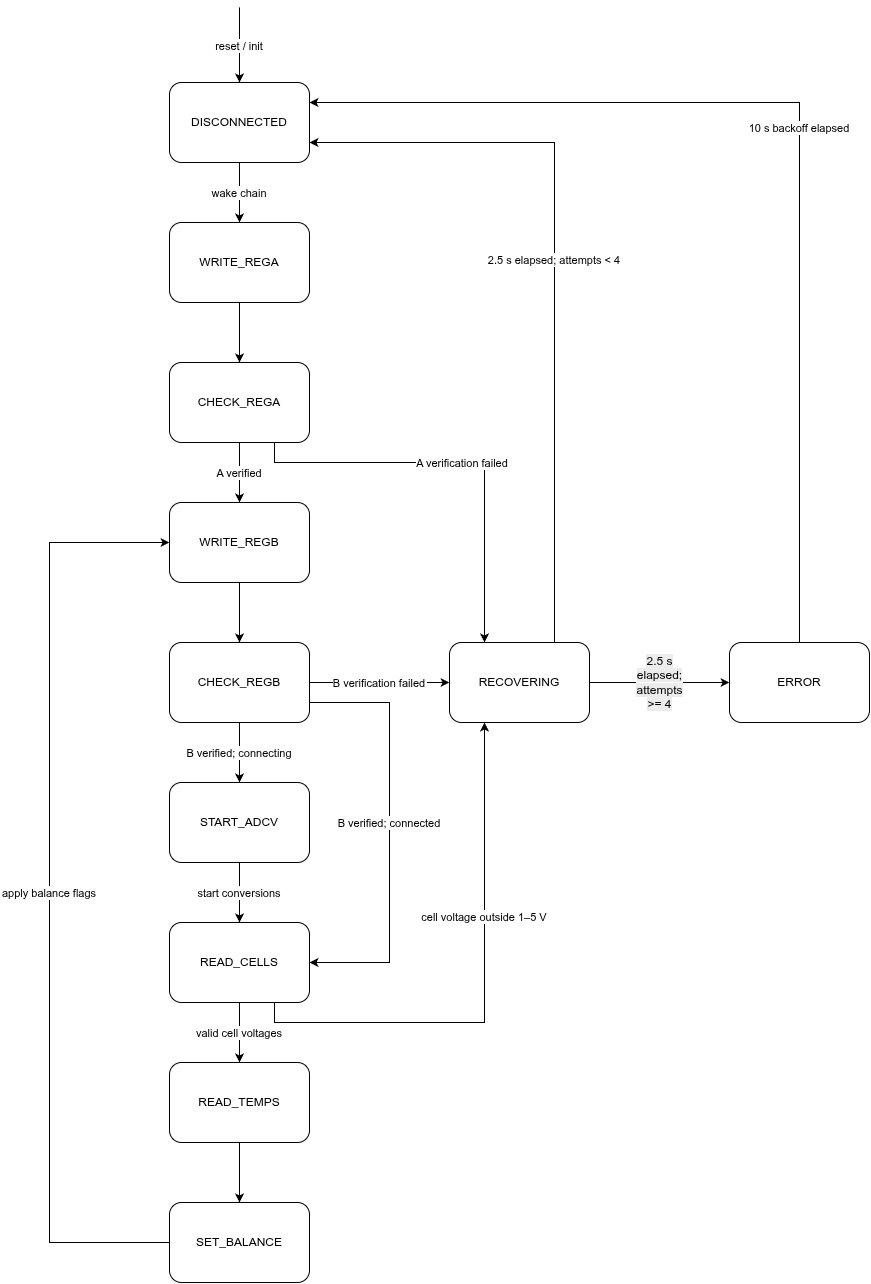
Above: firmware/source/a_box/adbms/ADBMS_FSM.drawio.png in PurdueElectricRacing/firmware (draw.io), before the change. Source tidied: cells renumbered, new cells last; positions are measured from the earlier drawing's top-left corner, leaving out a move shared by most shapes. Its diagram source:
```xml
<mxGraphModel background="#FFFFFF">
  <root>
    <mxCell id="0" />
    <mxCell id="1" parent="0" />
    <mxCell id="2" value="DISCONNECTED" style="rounded=1;whiteSpace=wrap;html=0;fillColor=#FFFFFF;strokeColor=#000000;fontFamily=Helvetica;fontSize=12;" parent="1" vertex="1">
      <mxGeometry x="120" y="75" width="140" height="80" as="geometry" />
    </mxCell>
    <mxCell id="3" value="WRITE_REGA" style="rounded=1;whiteSpace=wrap;html=0;fillColor=#FFFFFF;strokeColor=#000000;fontFamily=Helvetica;fontSize=12;" parent="1" vertex="1">
      <mxGeometry x="120" y="215" width="140" height="80" as="geometry" />
    </mxCell>
    <mxCell id="4" value="CHECK_REGA" style="rounded=1;whiteSpace=wrap;html=0;fillColor=#FFFFFF;strokeColor=#000000;fontFamily=Helvetica;fontSize=12;" parent="1" vertex="1">
      <mxGeometry x="120" y="355" width="140" height="80" as="geometry" />
    </mxCell>
    <mxCell id="5" value="WRITE_REGB" style="rounded=1;whiteSpace=wrap;html=0;fillColor=#FFFFFF;strokeColor=#000000;fontFamily=Helvetica;fontSize=12;" parent="1" vertex="1">
      <mxGeometry x="120" y="495" width="140" height="80" as="geometry" />
    </mxCell>
    <mxCell id="6" value="CHECK_REGB" style="rounded=1;whiteSpace=wrap;html=0;fillColor=#FFFFFF;strokeColor=#000000;fontFamily=Helvetica;fontSize=12;" parent="1" vertex="1">
      <mxGeometry x="120" y="635" width="140" height="80" as="geometry" />
    </mxCell>
    <mxCell id="7" value="START_ADCV" style="rounded=1;whiteSpace=wrap;html=0;fillColor=#FFFFFF;strokeColor=#000000;fontFamily=Helvetica;fontSize=12;" parent="1" vertex="1">
      <mxGeometry x="120" y="775" width="140" height="80" as="geometry" />
    </mxCell>
    <mxCell id="8" value="READ_CELLS" style="rounded=1;whiteSpace=wrap;html=0;fillColor=#FFFFFF;strokeColor=#000000;fontFamily=Helvetica;fontSize=12;" parent="1" vertex="1">
      <mxGeometry x="120" y="915" width="140" height="80" as="geometry" />
    </mxCell>
    <mxCell id="9" value="READ_TEMPS" style="rounded=1;whiteSpace=wrap;html=0;fillColor=#FFFFFF;strokeColor=#000000;fontFamily=Helvetica;fontSize=12;" parent="1" vertex="1">
      <mxGeometry x="120" y="1055" width="140" height="80" as="geometry" />
    </mxCell>
    <mxCell id="10" value="SET_BALANCE" style="rounded=1;whiteSpace=wrap;html=0;fillColor=#FFFFFF;strokeColor=#000000;fontFamily=Helvetica;fontSize=12;" parent="1" vertex="1">
      <mxGeometry x="120" y="1195" width="140" height="80" as="geometry" />
    </mxCell>
    <mxCell id="11" value="&lt;span style=&quot;color: rgb(0, 0, 0); font-size: 12px; text-wrap-mode: wrap; background-color: rgb(236, 236, 236);&quot;&gt;2.5 s elapsed;&lt;/span&gt;&lt;br style=&quot;color: rgb(63, 63, 63); scrollbar-color: rgba(124, 111, 100, 0.5) rgb(41, 40, 40); padding: 0px; margin: 0px; font-size: 12px; text-wrap-mode: wrap; background-color: rgb(236, 236, 236);&quot;&gt;&lt;span style=&quot;color: rgb(0, 0, 0); font-size: 12px; text-wrap-mode: wrap; background-color: rgb(236, 236, 236);&quot;&gt;attempts &amp;gt;= 4&lt;/span&gt;" style="edgeStyle=none;html=1;" parent="1" edge="1" source="12" target="13">
      <mxGeometry relative="1" as="geometry" />
    </mxCell>
    <mxCell id="12" value="RECOVERING" style="rounded=1;whiteSpace=wrap;html=0;fillColor=#FFFFFF;strokeColor=#000000;fontFamily=Helvetica;fontSize=12;" parent="1" vertex="1">
      <mxGeometry x="400" y="635" width="140" height="80" as="geometry" />
    </mxCell>
    <mxCell id="13" value="ERROR" style="rounded=1;whiteSpace=wrap;html=0;fillColor=#FFFFFF;strokeColor=#000000;fontFamily=Helvetica;fontSize=12;" parent="1" vertex="1">
      <mxGeometry x="680" y="635" width="140" height="80" as="geometry" />
    </mxCell>
    <mxCell id="14" value="reset / init" style="endArrow=classic;html=0;rounded=0;curved=0;strokeColor=#000000;" parent="1" edge="1" target="2">
      <mxGeometry relative="1" as="geometry">
        <mxPoint x="190" as="sourcePoint" />
      </mxGeometry>
    </mxCell>
    <mxCell id="15" value="wake chain" style="endArrow=classic;html=0;rounded=0;curved=0;strokeColor=#000000;" parent="1" edge="1" source="2" target="3">
      <mxGeometry relative="1" as="geometry" />
    </mxCell>
    <mxCell id="16" style="endArrow=classic;html=0;rounded=0;curved=0;strokeColor=#000000;" parent="1" edge="1" source="3" target="4">
      <mxGeometry relative="1" as="geometry" />
    </mxCell>
    <mxCell id="17" value="A verified" style="endArrow=classic;html=0;rounded=0;curved=0;strokeColor=#000000;" parent="1" edge="1" source="4" target="5">
      <mxGeometry relative="1" as="geometry" />
    </mxCell>
    <mxCell id="18" style="endArrow=classic;html=0;rounded=0;curved=0;strokeColor=#000000;" parent="1" edge="1" source="5" target="6">
      <mxGeometry relative="1" as="geometry" />
    </mxCell>
    <mxCell id="19" value="B verified; connecting" style="endArrow=classic;html=0;rounded=0;curved=0;strokeColor=#000000;" parent="1" edge="1" source="6" target="7">
      <mxGeometry relative="1" as="geometry" />
    </mxCell>
    <mxCell id="20" value="start conversions" style="endArrow=classic;html=0;rounded=0;curved=0;strokeColor=#000000;" parent="1" edge="1" source="7" target="8">
      <mxGeometry relative="1" as="geometry" />
    </mxCell>
    <mxCell id="21" value="valid cell voltages" style="endArrow=classic;html=0;rounded=0;curved=0;strokeColor=#000000;" parent="1" edge="1" source="8" target="9">
      <mxGeometry relative="1" as="geometry" />
    </mxCell>
    <mxCell id="22" style="endArrow=classic;html=0;rounded=0;curved=0;strokeColor=#000000;" parent="1" edge="1" source="9" target="10">
      <mxGeometry relative="1" as="geometry" />
    </mxCell>
    <mxCell id="23" value="B verified; connected" style="endArrow=classic;html=0;rounded=0;curved=0;strokeColor=#000000;exitX=1;exitY=0.75;exitDx=0;exitDy=0;" parent="1" edge="1" source="6" target="8">
      <mxGeometry x="-0.05" relative="1" as="geometry">
        <Array as="points">
          <mxPoint x="340" y="695" />
          <mxPoint x="340" y="955" />
        </Array>
      </mxGeometry>
    </mxCell>
    <mxCell id="24" value="apply balance flags" style="endArrow=classic;html=0;rounded=0;curved=0;strokeColor=#000000;" parent="1" edge="1" source="10" target="5">
      <mxGeometry relative="1" as="geometry">
        <Array as="points">
          <mxPoint y="1235" />
          <mxPoint y="535" />
        </Array>
      </mxGeometry>
    </mxCell>
    <mxCell id="25" value="A verification failed" style="endArrow=classic;html=0;rounded=0;strokeColor=#000000;exitX=0.75;exitY=1;exitDx=0;exitDy=0;edgeStyle=orthogonalEdgeStyle;entryX=0.25;entryY=0;entryDx=0;entryDy=0;" parent="1" edge="1" source="4" target="12">
      <mxGeometry x="0.02" relative="1" as="geometry">
        <Array as="points">
          <mxPoint x="225" y="455" />
          <mxPoint x="435" y="455" />
        </Array>
      </mxGeometry>
    </mxCell>
    <mxCell id="26" value="B verification failed" style="endArrow=classic;html=0;rounded=0;curved=0;strokeColor=#000000;exitX=1;exitY=0.5;exitDx=0;exitDy=0;" parent="1" edge="1" source="6" target="12">
      <mxGeometry relative="1" as="geometry" />
    </mxCell>
    <mxCell id="27" value="cell voltage outside 1–5 V" style="endArrow=classic;html=0;rounded=0;strokeColor=#000000;exitX=0.75;exitY=1;exitDx=0;exitDy=0;entryX=0.25;entryY=1;entryDx=0;entryDy=0;edgeStyle=orthogonalEdgeStyle;" parent="1" edge="1" source="8" target="12">
      <mxGeometry x="0.27" relative="1" as="geometry">
        <Array as="points">
          <mxPoint x="225" y="1015" />
          <mxPoint x="435" y="1015" />
        </Array>
      </mxGeometry>
    </mxCell>
    <mxCell id="28" value="2.5 s elapsed; attempts &lt; 4" style="endArrow=classic;html=0;rounded=0;strokeColor=#000000;exitX=0.75;exitY=0;exitDx=0;exitDy=0;entryX=1;entryY=0.75;entryDx=0;entryDy=0;edgeStyle=orthogonalEdgeStyle;" parent="1" edge="1" source="12" target="2">
      <mxGeometry x="0.03" relative="1" as="geometry" />
    </mxCell>
    <mxCell id="29" value="10 s backoff elapsed" style="endArrow=classic;html=0;rounded=0;strokeColor=#000000;edgeStyle=orthogonalEdgeStyle;entryX=1;entryY=0.25;entryDx=0;entryDy=0;exitX=0.5;exitY=0;exitDx=0;exitDy=0;" parent="1" edge="1" source="13" target="2">
      <mxGeometry relative="1" as="geometry">
        <Array as="points">
          <mxPoint x="750" y="95" />
        </Array>
      </mxGeometry>
    </mxCell>
  </root>
</mxGraphModel>
```
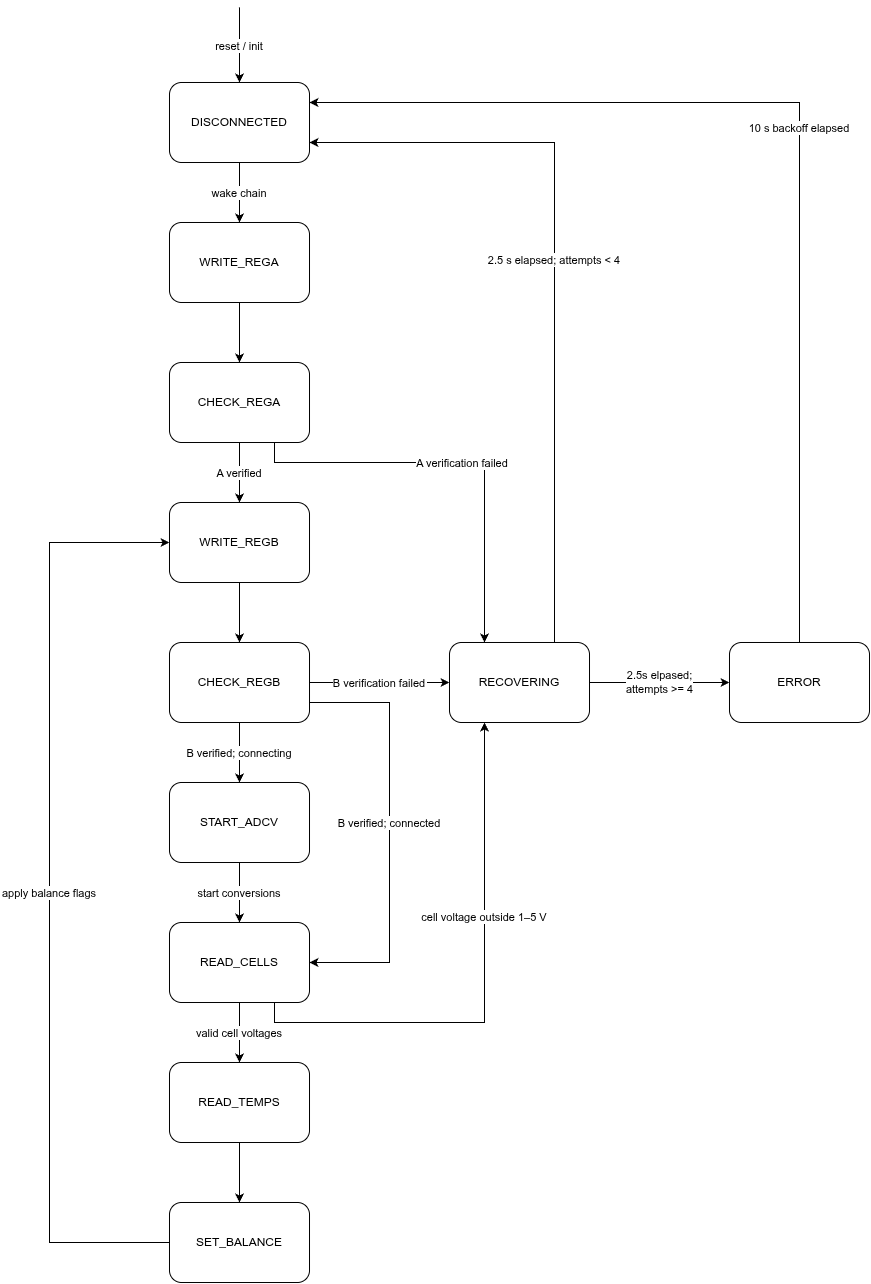
Later version of the same file.

Change to the diagram source:
```diff
@@ -29,7 +29,7 @@
     <mxCell id="10" value="SET_BALANCE" style="rounded=1;whiteSpace=wrap;html=0;fillColor=#FFFFFF;strokeColor=#000000;fontFamily=Helvetica;fontSize=12;" parent="1" vertex="1">
       <mxGeometry x="120" y="1195" width="140" height="80" as="geometry" />
     </mxCell>
-    <mxCell id="11" value="&lt;span style=&quot;color: rgb(0, 0, 0); font-size: 12px; text-wrap-mode: wrap; background-color: rgb(236, 236, 236);&quot;&gt;2.5 s elapsed;&lt;/span&gt;&lt;br style=&quot;color: rgb(63, 63, 63); scrollbar-color: rgba(124, 111, 100, 0.5) rgb(41, 40, 40); padding: 0px; margin: 0px; font-size: 12px; text-wrap-mode: wrap; background-color: rgb(236, 236, 236);&quot;&gt;&lt;span style=&quot;color: rgb(0, 0, 0); font-size: 12px; text-wrap-mode: wrap; background-color: rgb(236, 236, 236);&quot;&gt;attempts &amp;gt;= 4&lt;/span&gt;" style="edgeStyle=none;html=1;" parent="1" edge="1" source="12" target="13">
+    <mxCell id="11" value="2.5s elpased;&lt;div&gt;attempts &amp;gt;= 4&lt;/div&gt;" style="edgeStyle=none;html=1;entryX=0;entryY=0.5;entryDx=0;entryDy=0;" parent="1" edge="1" source="12" target="13">
       <mxGeometry relative="1" as="geometry" />
     </mxCell>
     <mxCell id="12" value="RECOVERING" style="rounded=1;whiteSpace=wrap;html=0;fillColor=#FFFFFF;strokeColor=#000000;fontFamily=Helvetica;fontSize=12;" parent="1" vertex="1">
```
